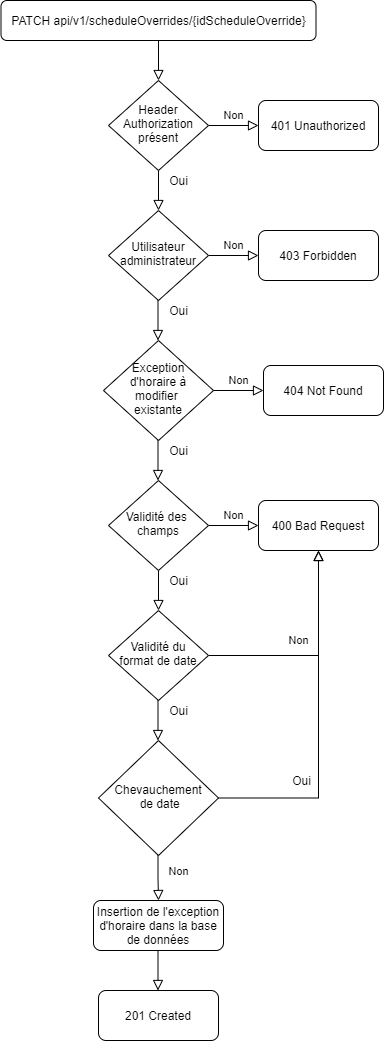
The draw.io diagram documentation/diagram/drawio/flowchartUpdateOneScheduleOverride.png in jonathanboreljaquet/bj-travail-diplome-2021, before a commit. Source tidied: cells renumbered, new cells last; positions are measured from the earlier drawing's top-left corner, leaving out a move shared by most shapes.
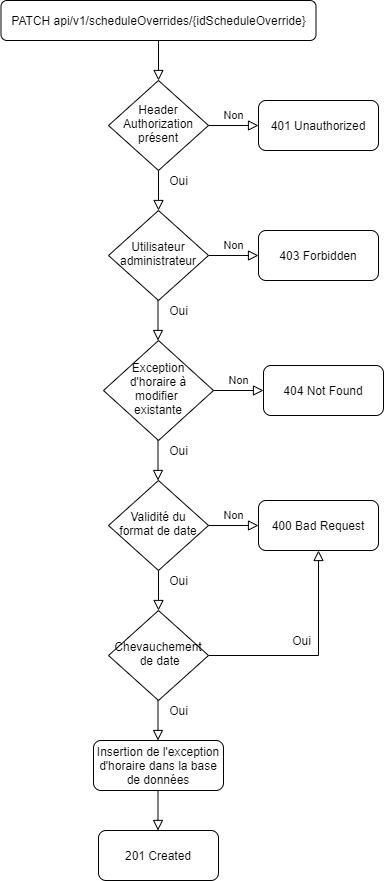
After the commit.

Diff of the diagram source:
```diff
@@ -8,7 +8,7 @@
     <mxCell id="3" value="Non" style="edgeStyle=orthogonalEdgeStyle;rounded=0;html=1;jettySize=auto;fontSize=11;endArrow=block;endFill=0;endSize=8;strokeWidth=1;shadow=0;labelBackgroundColor=none;" parent="1" edge="1" source="4" target="5">
       <mxGeometry y="10" relative="1" as="geometry" />
     </mxCell>
-    <mxCell id="4" value="Validité des &lt;br&gt;champs" style="rhombus;whiteSpace=wrap;html=1;shadow=0;fontFamily=Helvetica;fontSize=12;align=center;strokeWidth=1;spacing=6;spacingTop=-4;" parent="1" vertex="1">
+    <mxCell id="4" value="Validité du format de date" style="rhombus;whiteSpace=wrap;html=1;shadow=0;fontFamily=Helvetica;fontSize=12;align=center;strokeWidth=1;spacing=6;spacingTop=-4;" parent="1" vertex="1">
       <mxGeometry x="108" y="480" width="100" height="90" as="geometry" />
     </mxCell>
     <mxCell id="5" value="400 Bad Request" style="rounded=1;whiteSpace=wrap;html=1;fontSize=12;glass=0;strokeWidth=1;shadow=0;" parent="1" vertex="1">
@@ -47,10 +47,10 @@
         <mxPoint x="158" y="570" as="sourcePoint" />
       </mxGeometry>
     </mxCell>
-    <mxCell id="15" value="Non" style="edgeStyle=orthogonalEdgeStyle;rounded=0;html=1;jettySize=auto;fontSize=11;endArrow=block;endFill=0;endSize=8;strokeWidth=1;shadow=0;labelBackgroundColor=none;entryX=0.5;entryY=1;entryDx=0;entryDy=0;" parent="1" edge="1" source="16" target="5">
-      <mxGeometry x="-0.16" y="15" relative="1" as="geometry" />
+    <mxCell id="15" style="edgeStyle=orthogonalEdgeStyle;rounded=0;html=1;jettySize=auto;fontSize=11;endArrow=block;endFill=0;endSize=8;strokeWidth=1;shadow=0;labelBackgroundColor=none;entryX=0.5;entryY=1;entryDx=0;entryDy=0;" parent="1" edge="1" source="16" target="5">
+      <mxGeometry x="0.07" y="-50" relative="1" as="geometry" />
     </mxCell>
-    <mxCell id="16" value="Validité du format de date" style="rhombus;whiteSpace=wrap;html=1;shadow=0;fontFamily=Helvetica;fontSize=12;align=center;strokeWidth=1;spacing=6;spacingTop=-4;" parent="1" vertex="1">
+    <mxCell id="16" value="Chevauchement&lt;br&gt;&amp;nbsp;de date" style="rhombus;whiteSpace=wrap;html=1;shadow=0;fontFamily=Helvetica;fontSize=12;align=center;strokeWidth=1;spacing=6;spacingTop=-4;" parent="1" vertex="1">
       <mxGeometry x="108" y="610" width="100" height="90" as="geometry" />
     </mxCell>
     <mxCell id="17" style="rounded=0;html=1;jettySize=auto;orthogonalLoop=1;fontSize=11;endArrow=block;endFill=0;endSize=8;strokeWidth=1;shadow=0;labelBackgroundColor=none;edgeStyle=orthogonalEdgeStyle;" parent="1" edge="1">
@@ -71,32 +71,19 @@
     <mxCell id="21" value="Oui" style="text;html=1;align=center;verticalAlign=middle;strokeColor=none;" parent="1" vertex="1">
       <mxGeometry x="163" y="570" width="30" height="20" as="geometry" />
     </mxCell>
-    <mxCell id="22" value="Non" style="edgeStyle=orthogonalEdgeStyle;rounded=0;html=1;jettySize=auto;fontSize=11;endArrow=block;endFill=0;endSize=8;strokeWidth=1;shadow=0;labelBackgroundColor=none;entryX=0.5;entryY=1;entryDx=0;entryDy=0;exitX=1;exitY=0.5;exitDx=0;exitDy=0;" parent="1" edge="1" source="23" target="5">
-      <mxGeometry x="-1" y="-83" relative="1" as="geometry">
-        <mxPoint x="-40" y="-10" as="offset" />
-      </mxGeometry>
-    </mxCell>
-    <mxCell id="23" value="Chevauchement&lt;br&gt;&amp;nbsp;de date" style="rhombus;whiteSpace=wrap;html=1;shadow=0;fontFamily=Helvetica;fontSize=12;align=center;strokeWidth=1;spacing=6;spacingTop=-4;" parent="1" vertex="1">
-      <mxGeometry x="98" y="740" width="120" height="115" as="geometry" />
-    </mxCell>
-    <mxCell id="24" style="rounded=0;html=1;jettySize=auto;fontSize=11;endArrow=block;endFill=0;endSize=8;strokeWidth=1;shadow=0;labelBackgroundColor=none;edgeStyle=orthogonalEdgeStyle;entryX=0.5;entryY=0;entryDx=0;entryDy=0;" parent="1" edge="1" target="26">
-      <mxGeometry relative="1" as="geometry">
-        <mxPoint x="157.5" y="855" as="sourcePoint" />
-      </mxGeometry>
-    </mxCell>
     <mxCell id="25" value="Oui" style="text;html=1;align=center;verticalAlign=middle;strokeColor=none;" parent="1" vertex="1">
-      <mxGeometry x="286" y="770" width="30" height="20" as="geometry" />
+      <mxGeometry x="285.5" y="630" width="30" height="20" as="geometry" />
     </mxCell>
     <mxCell id="26" value="Insertion de l'exception d'horaire dans la base de données" style="rounded=1;whiteSpace=wrap;html=1;fontSize=12;glass=0;strokeWidth=1;shadow=0;" parent="1" vertex="1">
-      <mxGeometry x="93" y="900" width="130" height="50" as="geometry" />
+      <mxGeometry x="93" y="740" width="130" height="50" as="geometry" />
     </mxCell>
     <mxCell id="27" value="201 Created" style="rounded=1;whiteSpace=wrap;html=1;fontSize=12;glass=0;strokeWidth=1;shadow=0;" parent="1" vertex="1">
-      <mxGeometry x="98" y="990" width="120" height="50" as="geometry" />
+      <mxGeometry x="98" y="830" width="120" height="50" as="geometry" />
     </mxCell>
     <mxCell id="28" style="rounded=0;html=1;jettySize=auto;orthogonalLoop=1;fontSize=11;endArrow=block;endFill=0;endSize=8;strokeWidth=1;shadow=0;labelBackgroundColor=none;edgeStyle=orthogonalEdgeStyle;" parent="1" edge="1">
       <mxGeometry relative="1" as="geometry">
-        <mxPoint x="157.5" y="950" as="sourcePoint" />
-        <mxPoint x="157.5" y="990" as="targetPoint" />
+        <mxPoint x="157.5" y="790" as="sourcePoint" />
+        <mxPoint x="157.5" y="830" as="targetPoint" />
       </mxGeometry>
     </mxCell>
     <mxCell id="29" style="rounded=0;html=1;jettySize=auto;orthogonalLoop=1;fontSize=11;endArrow=block;endFill=0;endSize=8;strokeWidth=1;shadow=0;labelBackgroundColor=none;edgeStyle=orthogonalEdgeStyle;" parent="1" edge="1">
```
